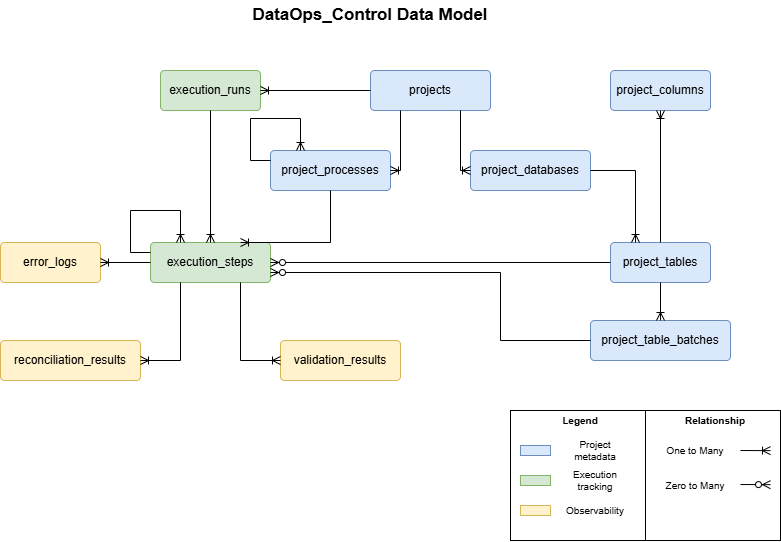
This is on_premise/oracle_mssql_migration/docs/img/data_model_DataOps_Control.png from WilderJoseth/data-engineering-projects, a draw.io export, as it was before one commit. Source tidied: cells renumbered, new cells last; positions are measured from the earlier drawing's top-left corner, leaving out a move shared by most shapes.
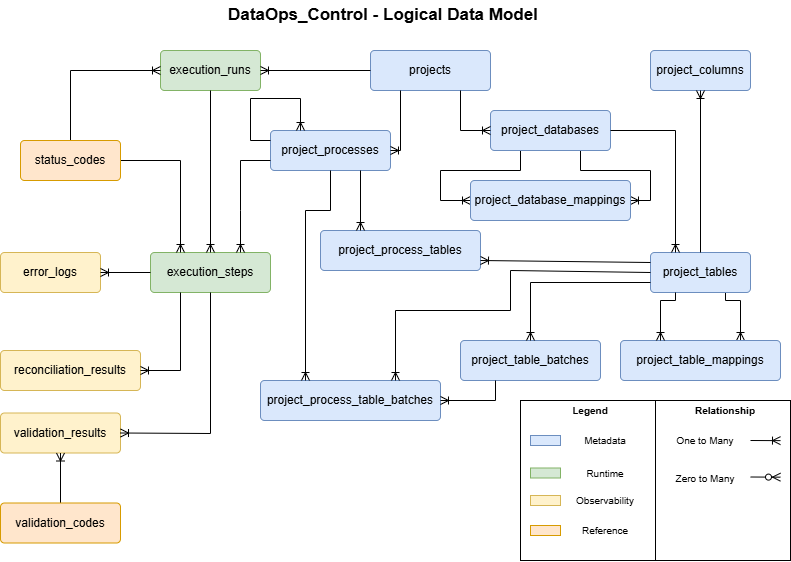
The same file after the commit.

The edit, as a diff of the source:
```diff
@@ -3,67 +3,93 @@
     <mxCell id="0" />
     <mxCell id="1" parent="0" />
     <mxCell id="2" style="rounded=0;whiteSpace=wrap;html=1;gradientColor=none;fillColor=none;labelPosition=center;verticalLabelPosition=top;align=center;verticalAlign=bottom;fontStyle=1;" parent="1" vertex="1">
-      <mxGeometry x="510" y="410" width="270" height="130" as="geometry" />
+      <mxGeometry x="520" y="390" width="270" height="160" as="geometry" />
     </mxCell>
     <mxCell id="3" value="projects" style="rounded=1;arcSize=10;whiteSpace=wrap;html=1;align=center;fillColor=#dae8fc;strokeColor=#6c8ebf;" parent="1" vertex="1">
-      <mxGeometry x="370" y="70" width="120" height="40" as="geometry" />
+      <mxGeometry x="370" y="40" width="120" height="40" as="geometry" />
     </mxCell>
+    <mxCell id="43" style="edgeStyle=orthogonalEdgeStyle;rounded=0;jettySize=auto;html=1;entryX=1;entryY=0.5;entryDx=0;entryDy=0;endArrow=ERoneToMany;endFill=0;exitX=0.75;exitY=1;exitDx=0;exitDy=0;" parent="1" edge="1" source="4" target="46">
+      <mxGeometry relative="1" as="geometry">
+        <Array as="points">
+          <mxPoint x="580" y="160" />
+          <mxPoint x="650" y="160" />
+          <mxPoint x="650" y="190" />
+        </Array>
+      </mxGeometry>
+    </mxCell>
+    <mxCell id="44" style="edgeStyle=orthogonalEdgeStyle;rounded=0;jettySize=auto;html=1;entryX=0;entryY=0.5;entryDx=0;entryDy=0;exitX=0.25;exitY=1;exitDx=0;exitDy=0;endArrow=ERoneToMany;endFill=0;" parent="1" edge="1" source="4" target="46">
+      <mxGeometry relative="1" as="geometry">
+        <Array as="points">
+          <mxPoint x="520" y="160" />
+          <mxPoint x="440" y="160" />
+          <mxPoint x="440" y="190" />
+        </Array>
+      </mxGeometry>
+    </mxCell>
     <mxCell id="4" value="project_databases" style="rounded=1;arcSize=10;whiteSpace=wrap;html=1;align=center;fillColor=#dae8fc;strokeColor=#6c8ebf;" parent="1" vertex="1">
-      <mxGeometry x="470" y="150" width="120" height="40" as="geometry" />
+      <mxGeometry x="490" y="100" width="120" height="40" as="geometry" />
     </mxCell>
+    <mxCell id="45" style="edgeStyle=orthogonalEdgeStyle;rounded=0;jettySize=auto;html=1;entryX=0.75;entryY=0;entryDx=0;entryDy=0;endArrow=ERoneToMany;endFill=0;exitX=0.75;exitY=1;exitDx=0;exitDy=0;" parent="1" edge="1" source="5" target="49">
+      <mxGeometry relative="1" as="geometry">
+        <Array as="points">
+          <mxPoint x="725" y="290" />
+          <mxPoint x="740" y="290" />
+        </Array>
+      </mxGeometry>
+    </mxCell>
     <mxCell id="5" value="project_tables" style="rounded=1;arcSize=10;whiteSpace=wrap;html=1;align=center;fillColor=#dae8fc;strokeColor=#6c8ebf;" parent="1" vertex="1">
-      <mxGeometry x="610" y="242" width="100" height="40" as="geometry" />
+      <mxGeometry x="650" y="242" width="100" height="40" as="geometry" />
     </mxCell>
     <mxCell id="6" value="execution_runs" style="rounded=1;arcSize=10;whiteSpace=wrap;html=1;align=center;fillColor=#d5e8d4;strokeColor=#82b366;" parent="1" vertex="1">
-      <mxGeometry x="160" y="70" width="100" height="40" as="geometry" />
+      <mxGeometry x="160" y="40" width="100" height="40" as="geometry" />
     </mxCell>
     <mxCell id="7" value="execution_steps" style="rounded=1;arcSize=10;whiteSpace=wrap;html=1;align=center;fillColor=#d5e8d4;strokeColor=#82b366;" parent="1" vertex="1">
       <mxGeometry x="150" y="242" width="120" height="40" as="geometry" />
     </mxCell>
-    <mxCell id="8" value="DataOps_Control Data Model" style="text;html=1;whiteSpace=wrap;strokeColor=none;fillColor=none;align=center;verticalAlign=middle;rounded=0;fontSize=17;fontStyle=1;" parent="1" vertex="1">
-      <mxGeometry x="155" width="430" height="30" as="geometry" />
+    <mxCell id="8" value="DataOps_Control - Logical Data Model" style="text;html=1;whiteSpace=wrap;strokeColor=none;fillColor=none;align=center;verticalAlign=middle;rounded=0;fontSize=17;fontStyle=1;" parent="1" vertex="1">
+      <mxGeometry x="216" y="-10" width="334" height="30" as="geometry" />
     </mxCell>
     <mxCell id="9" style="rounded=0;whiteSpace=wrap;html=1;fillColor=#dae8fc;strokeColor=#6c8ebf;" parent="1" vertex="1">
-      <mxGeometry x="520" y="445" width="30" height="10" as="geometry" />
+      <mxGeometry x="530" y="425" width="30" height="10" as="geometry" />
     </mxCell>
     <mxCell id="10" style="rounded=0;whiteSpace=wrap;html=1;fillColor=#d5e8d4;strokeColor=#82b366;" parent="1" vertex="1">
-      <mxGeometry x="520" y="475" width="30" height="10" as="geometry" />
+      <mxGeometry x="530" y="457.5" width="30" height="10" as="geometry" />
     </mxCell>
-    <mxCell id="11" value="Project metadata" style="text;html=1;whiteSpace=wrap;strokeColor=none;fillColor=none;align=center;verticalAlign=middle;rounded=0;fontSize=10;" parent="1" vertex="1">
-      <mxGeometry x="560" y="440" width="70" height="20" as="geometry" />
+    <mxCell id="11" value="Metadata" style="text;html=1;whiteSpace=wrap;strokeColor=none;fillColor=none;align=center;verticalAlign=middle;rounded=0;fontSize=10;" parent="1" vertex="1">
+      <mxGeometry x="570" y="420" width="70" height="20" as="geometry" />
     </mxCell>
-    <mxCell id="12" value="Execution tracking" style="text;html=1;whiteSpace=wrap;strokeColor=none;fillColor=none;align=center;verticalAlign=middle;rounded=0;fontSize=10;" parent="1" vertex="1">
-      <mxGeometry x="560" y="470" width="70" height="20" as="geometry" />
+    <mxCell id="12" value="Runtime" style="text;html=1;whiteSpace=wrap;strokeColor=none;fillColor=none;align=center;verticalAlign=middle;rounded=0;fontSize=10;" parent="1" vertex="1">
+      <mxGeometry x="570" y="452.5" width="70" height="20" as="geometry" />
     </mxCell>
     <mxCell id="13" style="fontSize=12;html=1;endArrow=ERoneToMany;rounded=0;exitX=0;exitY=0.5;exitDx=0;exitDy=0;" parent="1" edge="1">
       <mxGeometry relative="1" as="geometry">
-        <mxPoint x="740" y="450" as="sourcePoint" />
-        <mxPoint x="770" y="450.1" as="targetPoint" />
+        <mxPoint x="750" y="430" as="sourcePoint" />
+        <mxPoint x="780" y="430.1" as="targetPoint" />
       </mxGeometry>
     </mxCell>
     <mxCell id="14" value="One to Many" style="text;html=1;whiteSpace=wrap;strokeColor=none;fillColor=none;align=center;verticalAlign=middle;rounded=0;fontSize=10;" parent="1" vertex="1">
-      <mxGeometry x="660" y="440" width="70" height="20" as="geometry" />
+      <mxGeometry x="670" y="420" width="70" height="20" as="geometry" />
     </mxCell>
     <mxCell id="15" style="endArrow=none;html=1;rounded=0;entryX=0.5;entryY=0;entryDx=0;entryDy=0;exitX=0.5;exitY=1;exitDx=0;exitDy=0;" parent="1" edge="1" source="2" target="2">
       <mxGeometry relative="1" as="geometry" />
     </mxCell>
     <mxCell id="16" value="Legend" style="text;html=1;whiteSpace=wrap;strokeColor=none;fillColor=none;align=center;verticalAlign=middle;rounded=0;fontSize=10;fontStyle=1;" parent="1" vertex="1">
-      <mxGeometry x="545" y="410" width="70" height="20" as="geometry" />
+      <mxGeometry x="555" y="390" width="70" height="20" as="geometry" />
     </mxCell>
     <mxCell id="17" value="Relationship" style="text;html=1;whiteSpace=wrap;strokeColor=none;fillColor=none;align=center;verticalAlign=middle;rounded=0;fontSize=10;fontStyle=1;" parent="1" vertex="1">
-      <mxGeometry x="680" y="410" width="70" height="20" as="geometry" />
+      <mxGeometry x="690" y="390" width="70" height="20" as="geometry" />
     </mxCell>
     <mxCell id="18" style="fontSize=12;html=1;endArrow=ERoneToMany;rounded=0;exitX=0.75;exitY=1;exitDx=0;exitDy=0;entryX=0;entryY=0.5;entryDx=0;entryDy=0;" parent="1" edge="1" source="3" target="4">
       <mxGeometry relative="1" as="geometry">
         <Array as="points">
-          <mxPoint x="460" y="170" />
+          <mxPoint x="460" y="120" />
         </Array>
       </mxGeometry>
     </mxCell>
     <mxCell id="19" style="fontSize=12;html=1;endArrow=ERoneToMany;rounded=0;exitX=1;exitY=0.5;exitDx=0;exitDy=0;entryX=0.25;entryY=0;entryDx=0;entryDy=0;" parent="1" edge="1" source="4" target="5">
       <mxGeometry relative="1" as="geometry">
         <Array as="points">
-          <mxPoint x="635" y="170" />
+          <mxPoint x="675" y="120" />
         </Array>
       </mxGeometry>
     </mxCell>
@@ -74,7 +100,7 @@
       <mxGeometry relative="1" as="geometry" />
     </mxCell>
     <mxCell id="22" value="validation_results" style="rounded=1;arcSize=10;whiteSpace=wrap;html=1;align=center;fillColor=#fff2cc;strokeColor=#d6b656;" parent="1" vertex="1">
-      <mxGeometry x="280" y="340" width="120" height="40" as="geometry" />
+      <mxGeometry y="402.5" width="120" height="40" as="geometry" />
     </mxCell>
     <mxCell id="23" value="error_logs" style="rounded=1;arcSize=10;whiteSpace=wrap;html=1;align=center;fillColor=#fff2cc;strokeColor=#d6b656;" parent="1" vertex="1">
       <mxGeometry y="242" width="100" height="40" as="geometry" />
@@ -83,54 +109,48 @@
       <mxGeometry y="340" width="140" height="40" as="geometry" />
     </mxCell>
     <mxCell id="25" style="rounded=0;whiteSpace=wrap;html=1;fillColor=#fff2cc;strokeColor=#d6b656;" parent="1" vertex="1">
-      <mxGeometry x="520" y="505" width="30" height="10" as="geometry" />
+      <mxGeometry x="530" y="485" width="30" height="10" as="geometry" />
     </mxCell>
     <mxCell id="26" value="Observability" style="text;html=1;whiteSpace=wrap;strokeColor=none;fillColor=none;align=center;verticalAlign=middle;rounded=0;fontSize=10;" parent="1" vertex="1">
-      <mxGeometry x="560" y="500" width="70" height="20" as="geometry" />
+      <mxGeometry x="570" y="480" width="70" height="20" as="geometry" />
     </mxCell>
     <mxCell id="27" value="project_table_batches" style="rounded=1;arcSize=10;whiteSpace=wrap;html=1;align=center;fillColor=#dae8fc;strokeColor=#6c8ebf;" parent="1" vertex="1">
-      <mxGeometry x="590" y="320" width="140" height="40" as="geometry" />
+      <mxGeometry x="460" y="330" width="140" height="40" as="geometry" />
     </mxCell>
-    <mxCell id="28" style="fontSize=12;html=1;endArrow=ERoneToMany;rounded=0;exitX=0.5;exitY=1;exitDx=0;exitDy=0;entryX=0.5;entryY=0;entryDx=0;entryDy=0;" parent="1" edge="1" source="5" target="27">
-      <mxGeometry relative="1" as="geometry" />
+    <mxCell id="28" style="fontSize=12;html=1;endArrow=ERoneToMany;rounded=0;exitX=0;exitY=0.75;exitDx=0;exitDy=0;entryX=0.5;entryY=0;entryDx=0;entryDy=0;" parent="1" edge="1" source="5" target="27">
+      <mxGeometry relative="1" as="geometry">
+        <Array as="points">
+          <mxPoint x="530" y="272" />
+        </Array>
+      </mxGeometry>
     </mxCell>
     <mxCell id="29" value="project_processes" style="rounded=1;arcSize=10;whiteSpace=wrap;html=1;align=center;fillColor=#dae8fc;strokeColor=#6c8ebf;" parent="1" vertex="1">
-      <mxGeometry x="270" y="150" width="120" height="40" as="geometry" />
+      <mxGeometry x="270" y="120" width="120" height="40" as="geometry" />
     </mxCell>
     <mxCell id="30" style="fontSize=12;html=1;endArrow=ERoneToMany;rounded=0;exitX=0.25;exitY=1;exitDx=0;exitDy=0;entryX=1;entryY=0.5;entryDx=0;entryDy=0;" parent="1" edge="1" source="3" target="29">
       <mxGeometry relative="1" as="geometry">
         <Array as="points">
-          <mxPoint x="400" y="170" />
+          <mxPoint x="400" y="140" />
         </Array>
       </mxGeometry>
     </mxCell>
-    <mxCell id="31" style="fontSize=12;html=1;endArrow=ERoneToMany;rounded=0;exitX=0.5;exitY=1;exitDx=0;exitDy=0;entryX=0.75;entryY=0;entryDx=0;entryDy=0;" parent="1" edge="1" source="29" target="7">
+    <mxCell id="31" style="fontSize=12;html=1;endArrow=ERoneToMany;rounded=0;exitX=0;exitY=0.75;exitDx=0;exitDy=0;entryX=0.75;entryY=0;entryDx=0;entryDy=0;" parent="1" edge="1" source="29" target="7">
       <mxGeometry relative="1" as="geometry">
         <Array as="points">
-          <mxPoint x="330" y="242" />
+          <mxPoint x="240" y="150" />
+          <mxPoint x="240" y="200" />
         </Array>
       </mxGeometry>
     </mxCell>
-    <mxCell id="32" style="fontSize=12;html=1;endArrow=ERzeroToMany;endFill=1;rounded=0;entryX=1;entryY=0.75;entryDx=0;entryDy=0;exitX=0;exitY=0.5;exitDx=0;exitDy=0;" parent="1" edge="1" source="27" target="7">
-      <mxGeometry relative="1" as="geometry">
-        <Array as="points">
-          <mxPoint x="500" y="340" />
-          <mxPoint x="500" y="272" />
-        </Array>
-      </mxGeometry>
-    </mxCell>
     <mxCell id="33" value="Zero to Many" style="text;html=1;whiteSpace=wrap;strokeColor=none;fillColor=none;align=center;verticalAlign=middle;rounded=0;fontSize=10;" parent="1" vertex="1">
-      <mxGeometry x="660" y="475" width="70" height="20" as="geometry" />
+      <mxGeometry x="670" y="457.5" width="70" height="20" as="geometry" />
     </mxCell>
     <mxCell id="34" style="fontSize=12;html=1;endArrow=ERzeroToMany;endFill=1;rounded=0;entryX=0.5;entryY=0;entryDx=0;entryDy=0;" parent="1" edge="1">
       <mxGeometry relative="1" as="geometry">
-        <mxPoint x="740" y="484" as="sourcePoint" />
-        <mxPoint x="770" y="484.2" as="targetPoint" />
+        <mxPoint x="750" y="466.5" as="sourcePoint" />
+        <mxPoint x="780" y="466.7" as="targetPoint" />
       </mxGeometry>
     </mxCell>
-    <mxCell id="35" style="fontSize=12;html=1;endArrow=ERzeroToMany;endFill=1;rounded=0;entryX=1;entryY=0.5;entryDx=0;entryDy=0;exitX=0;exitY=0.5;exitDx=0;exitDy=0;" parent="1" edge="1" source="5" target="7">
-      <mxGeometry relative="1" as="geometry" />
-    </mxCell>
     <mxCell id="36" style="fontSize=12;html=1;endArrow=ERoneToMany;rounded=0;exitX=0;exitY=0.5;exitDx=0;exitDy=0;entryX=1;entryY=0.5;entryDx=0;entryDy=0;" parent="1" edge="1" source="7" target="23">
       <mxGeometry relative="1" as="geometry" />
     </mxCell>
@@ -141,38 +161,100 @@
         </Array>
       </mxGeometry>
     </mxCell>
-    <mxCell id="38" style="fontSize=12;html=1;endArrow=ERoneToMany;rounded=0;exitX=0.75;exitY=1;exitDx=0;exitDy=0;entryX=0;entryY=0.5;entryDx=0;entryDy=0;" parent="1" edge="1" source="7" target="22">
+    <mxCell id="38" style="fontSize=12;html=1;endArrow=ERoneToMany;rounded=0;exitX=0.5;exitY=1;exitDx=0;exitDy=0;entryX=1;entryY=0.5;entryDx=0;entryDy=0;" parent="1" edge="1" source="7" target="22">
       <mxGeometry relative="1" as="geometry">
         <Array as="points">
-          <mxPoint x="240" y="360" />
+          <mxPoint x="210" y="423" />
         </Array>
       </mxGeometry>
     </mxCell>
     <mxCell id="39" value="project_columns" style="rounded=1;arcSize=10;whiteSpace=wrap;html=1;align=center;fillColor=#dae8fc;strokeColor=#6c8ebf;" parent="1" vertex="1">
-      <mxGeometry x="610" y="70" width="100" height="40" as="geometry" />
+      <mxGeometry x="650" y="40" width="100" height="40" as="geometry" />
     </mxCell>
     <mxCell id="40" style="fontSize=12;html=1;endArrow=ERoneToMany;rounded=0;exitX=0.5;exitY=0;exitDx=0;exitDy=0;entryX=0.5;entryY=1;entryDx=0;entryDy=0;" parent="1" edge="1" source="5" target="39">
       <mxGeometry relative="1" as="geometry" />
     </mxCell>
-    <mxCell id="41" style="fontSize=12;html=1;endArrow=ERoneToMany;rounded=0;exitX=0;exitY=0.25;exitDx=0;exitDy=0;entryX=0.25;entryY=0;entryDx=0;entryDy=0;" parent="1" edge="1" source="7" target="7">
-      <mxGeometry relative="1" as="geometry">
-        <Array as="points">
-          <mxPoint x="130" y="252" />
-          <mxPoint x="130" y="210" />
-          <mxPoint x="180" y="210" />
-        </Array>
-      </mxGeometry>
-    </mxCell>
     <mxCell id="42" style="fontSize=12;html=1;endArrow=ERoneToMany;rounded=0;exitX=0;exitY=0.25;exitDx=0;exitDy=0;entryX=0.25;entryY=0;entryDx=0;entryDy=0;" parent="1" edge="1">
       <mxGeometry relative="1" as="geometry">
-        <mxPoint x="270" y="160" as="sourcePoint" />
-        <mxPoint x="300" y="150" as="targetPoint" />
+        <mxPoint x="270" y="130" as="sourcePoint" />
+        <mxPoint x="300" y="120" as="targetPoint" />
         <Array as="points">
-          <mxPoint x="250" y="160" />
-          <mxPoint x="250" y="118" />
-          <mxPoint x="300" y="118" />
+          <mxPoint x="250" y="130" />
+          <mxPoint x="250" y="88" />
+          <mxPoint x="300" y="88" />
         </Array>
       </mxGeometry>
     </mxCell>
+    <mxCell id="46" value="project_database_mappings" style="rounded=1;arcSize=10;whiteSpace=wrap;html=1;align=center;fillColor=#dae8fc;strokeColor=#6c8ebf;" parent="1" vertex="1">
+      <mxGeometry x="470" y="170" width="160" height="40" as="geometry" />
+    </mxCell>
+    <mxCell id="47" style="rounded=0;whiteSpace=wrap;html=1;fillColor=#ffe6cc;strokeColor=#d79b00;" parent="1" vertex="1">
+      <mxGeometry x="530" y="515" width="30" height="10" as="geometry" />
+    </mxCell>
+    <mxCell id="48" value="Reference" style="text;html=1;whiteSpace=wrap;strokeColor=none;fillColor=none;align=center;verticalAlign=middle;rounded=0;fontSize=10;" parent="1" vertex="1">
+      <mxGeometry x="570" y="510" width="70" height="20" as="geometry" />
+    </mxCell>
+    <mxCell id="49" value="project_table_mappings" style="rounded=1;arcSize=10;whiteSpace=wrap;html=1;align=center;fillColor=#dae8fc;strokeColor=#6c8ebf;" parent="1" vertex="1">
+      <mxGeometry x="620" y="330" width="160" height="40" as="geometry" />
+    </mxCell>
+    <mxCell id="50" style="edgeStyle=orthogonalEdgeStyle;rounded=0;jettySize=auto;html=1;entryX=0.25;entryY=0;entryDx=0;entryDy=0;endArrow=ERoneToMany;endFill=0;exitX=0.25;exitY=1;exitDx=0;exitDy=0;" parent="1" edge="1" source="5" target="49">
+      <mxGeometry relative="1" as="geometry">
+        <Array as="points">
+          <mxPoint x="675" y="290" />
+          <mxPoint x="660" y="290" />
+        </Array>
+      </mxGeometry>
+    </mxCell>
+    <mxCell id="51" value="project_process_tables" style="rounded=1;arcSize=10;whiteSpace=wrap;html=1;align=center;fillColor=#dae8fc;strokeColor=#6c8ebf;" parent="1" vertex="1">
+      <mxGeometry x="320" y="220" width="160" height="40" as="geometry" />
+    </mxCell>
+    <mxCell id="52" style="fontSize=12;html=1;endArrow=ERoneToMany;rounded=0;exitX=0;exitY=0.25;exitDx=0;exitDy=0;entryX=1;entryY=0.75;entryDx=0;entryDy=0;" parent="1" edge="1" source="5" target="51">
+      <mxGeometry relative="1" as="geometry" />
+    </mxCell>
+    <mxCell id="53" style="fontSize=12;html=1;endArrow=ERoneToMany;rounded=0;exitX=0.75;exitY=1;exitDx=0;exitDy=0;entryX=0.25;entryY=0;entryDx=0;entryDy=0;" parent="1" edge="1" source="29" target="51">
+      <mxGeometry relative="1" as="geometry" />
+    </mxCell>
+    <mxCell id="54" style="edgeStyle=orthogonalEdgeStyle;rounded=0;jettySize=auto;html=1;endArrow=ERoneToMany;endFill=0;" parent="1" edge="1" source="55" target="22">
+      <mxGeometry relative="1" as="geometry" />
+    </mxCell>
+    <mxCell id="55" value="validation_codes" style="rounded=1;arcSize=10;whiteSpace=wrap;html=1;align=center;fillColor=#ffe6cc;strokeColor=#d79b00;" parent="1" vertex="1">
+      <mxGeometry y="492.5" width="120" height="40" as="geometry" />
+    </mxCell>
+    <mxCell id="56" style="edgeStyle=orthogonalEdgeStyle;rounded=0;jettySize=auto;html=1;entryX=0;entryY=0.5;entryDx=0;entryDy=0;exitX=0.5;exitY=0;exitDx=0;exitDy=0;endArrow=ERoneToMany;endFill=0;" parent="1" edge="1" source="58" target="6">
+      <mxGeometry relative="1" as="geometry" />
+    </mxCell>
+    <mxCell id="57" style="edgeStyle=orthogonalEdgeStyle;rounded=0;jettySize=auto;html=1;entryX=0.25;entryY=0;entryDx=0;entryDy=0;endArrow=ERoneToMany;endFill=0;" parent="1" edge="1" source="58" target="7">
+      <mxGeometry relative="1" as="geometry" />
+    </mxCell>
+    <mxCell id="58" value="status_codes" style="rounded=1;arcSize=10;whiteSpace=wrap;html=1;align=center;fillColor=#ffe6cc;strokeColor=#d79b00;" parent="1" vertex="1">
+      <mxGeometry x="20" y="130" width="100" height="40" as="geometry" />
+    </mxCell>
+    <mxCell id="59" value="project_process_table_batches" style="rounded=1;arcSize=10;whiteSpace=wrap;html=1;align=center;fillColor=#dae8fc;strokeColor=#6c8ebf;" parent="1" vertex="1">
+      <mxGeometry x="260" y="370" width="180" height="40" as="geometry" />
+    </mxCell>
+    <mxCell id="60" style="fontSize=12;html=1;endArrow=ERoneToMany;rounded=0;exitX=0.5;exitY=1;exitDx=0;exitDy=0;entryX=0.25;entryY=0;entryDx=0;entryDy=0;" parent="1" edge="1" source="29" target="59">
+      <mxGeometry relative="1" as="geometry">
+        <Array as="points">
+          <mxPoint x="330" y="200" />
+          <mxPoint x="305" y="200" />
+        </Array>
+      </mxGeometry>
+    </mxCell>
+    <mxCell id="61" style="fontSize=12;html=1;endArrow=ERoneToMany;rounded=0;exitX=0.25;exitY=1;exitDx=0;exitDy=0;entryX=1;entryY=0.5;entryDx=0;entryDy=0;" parent="1" edge="1" source="27" target="59">
+      <mxGeometry relative="1" as="geometry">
+        <Array as="points">
+          <mxPoint x="495" y="390" />
+        </Array>
+      </mxGeometry>
+    </mxCell>
+    <mxCell id="62" style="fontSize=12;html=1;endArrow=ERoneToMany;rounded=0;exitX=0;exitY=0.5;exitDx=0;exitDy=0;entryX=0.75;entryY=0;entryDx=0;entryDy=0;" parent="1" edge="1" source="5" target="59">
+      <mxGeometry relative="1" as="geometry">
+        <Array as="points">
+          <mxPoint x="510" y="260" />
+          <mxPoint x="510" y="300" />
+          <mxPoint x="395" y="300" />
+        </Array>
+      </mxGeometry>
+    </mxCell>
   </root>
 </mxGraphModel>
```
